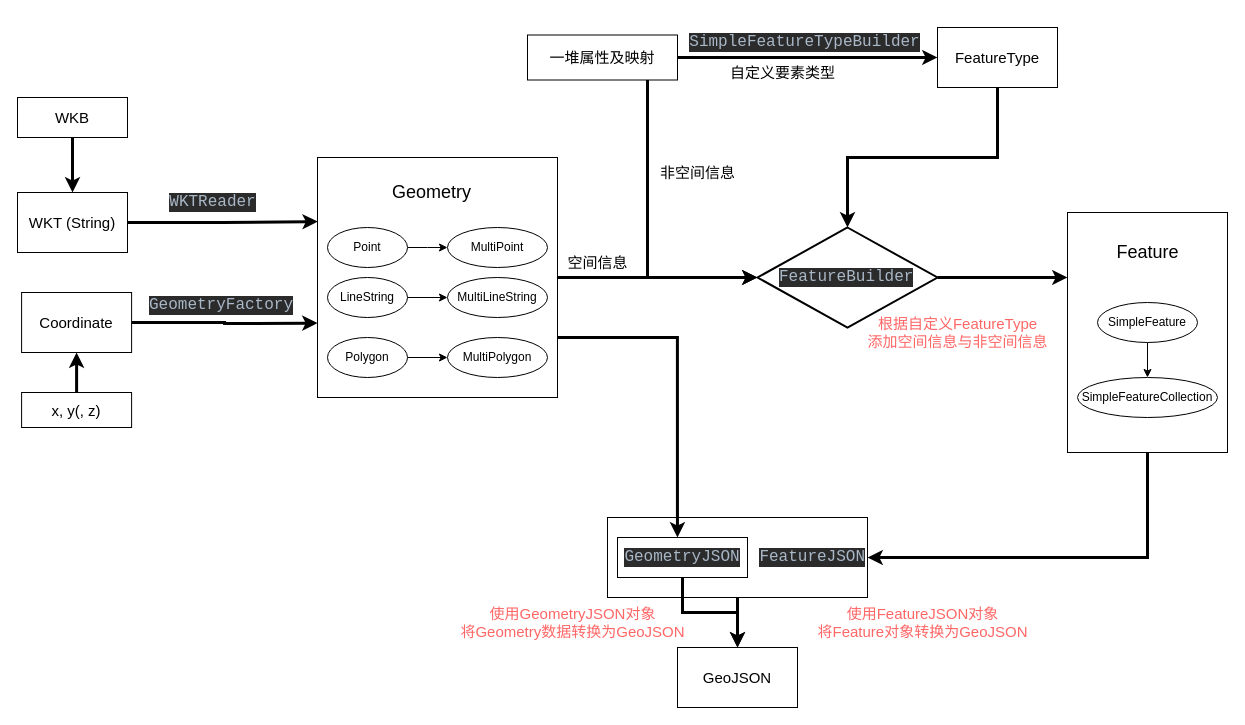
This is webgis.drawio from angzhijin/DrawIOProject, a draw.io file, before an edit. Source tidied: cells renumbered, new cells numbered last; positions are measured from the earlier drawing's top-left corner, leaving out a move shared by most shapes. Both pictures are drawn from the tidied source at 100%, with x=0, y=0 at pixel (17, 27).
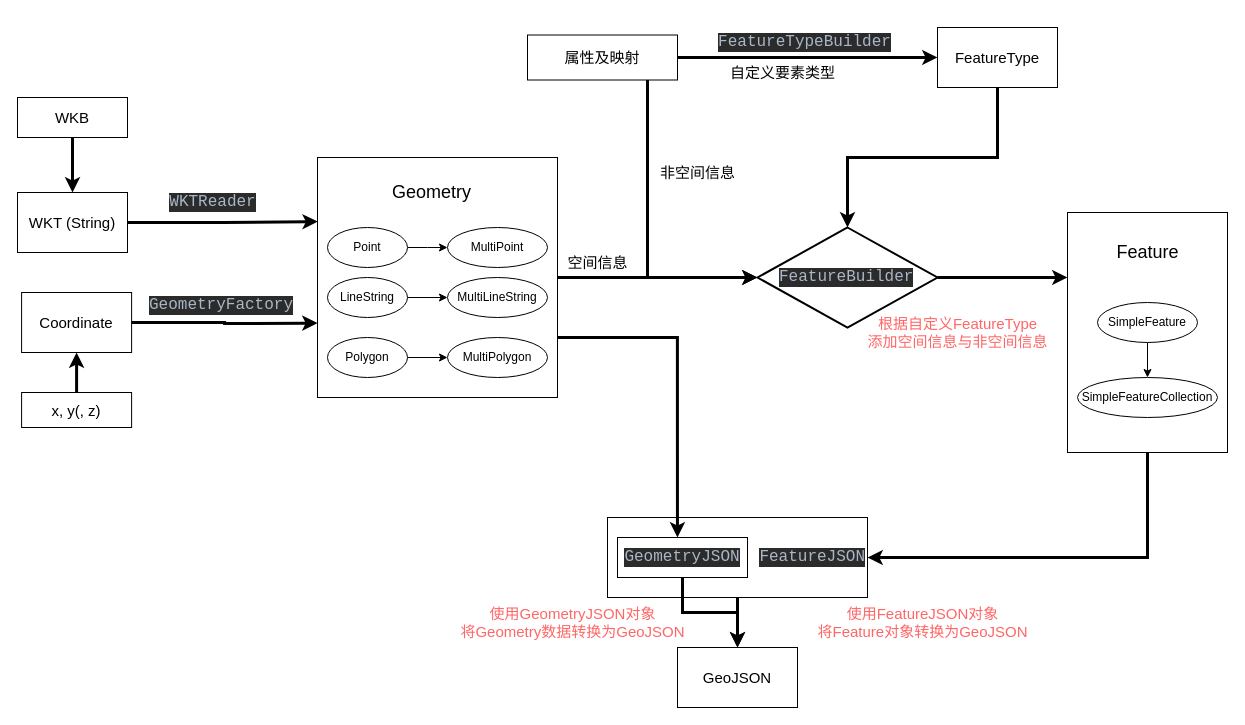
The same diagram, later.

Change to the diagram source:
```diff
@@
-    <mxCell id="36" value="一堆属性及映射" style="rounded=0;whiteSpace=wrap;html=1;fontSize=15;" parent="1" vertex="1">
+    <mxCell id="36" value="属性及映射" style="rounded=0;whiteSpace=wrap;html=1;fontSize=15;" parent="1" vertex="1">
       <mxGeometry x="510" y="7.5" width="150" height="45" as="geometry" />
     </mxCell>
-    <mxCell id="37" value="&lt;pre style=&quot;background-color:#2b2b2b;color:#a9b7c6;font-family:'JetBrains Mono',monospace;font-size:12.0pt;&quot;&gt;SimpleFeatureTypeBuilder&lt;/pre&gt;" style="text;whiteSpace=wrap;html=1;fontSize=15;verticalAlign=middle;align=center;" parent="1" vertex="1">
+    <mxCell id="37" value="&lt;pre style=&quot;background-color:#2b2b2b;color:#a9b7c6;font-family:'JetBrains Mono',monospace;font-size:12.0pt;&quot;&gt;FeatureTypeBuilder&lt;/pre&gt;" style="text;whiteSpace=wrap;html=1;fontSize=15;verticalAlign=middle;align=center;" parent="1" vertex="1">
       <mxGeometry x="670" width="235" height="30" as="geometry" />
     </mxCell>
```
